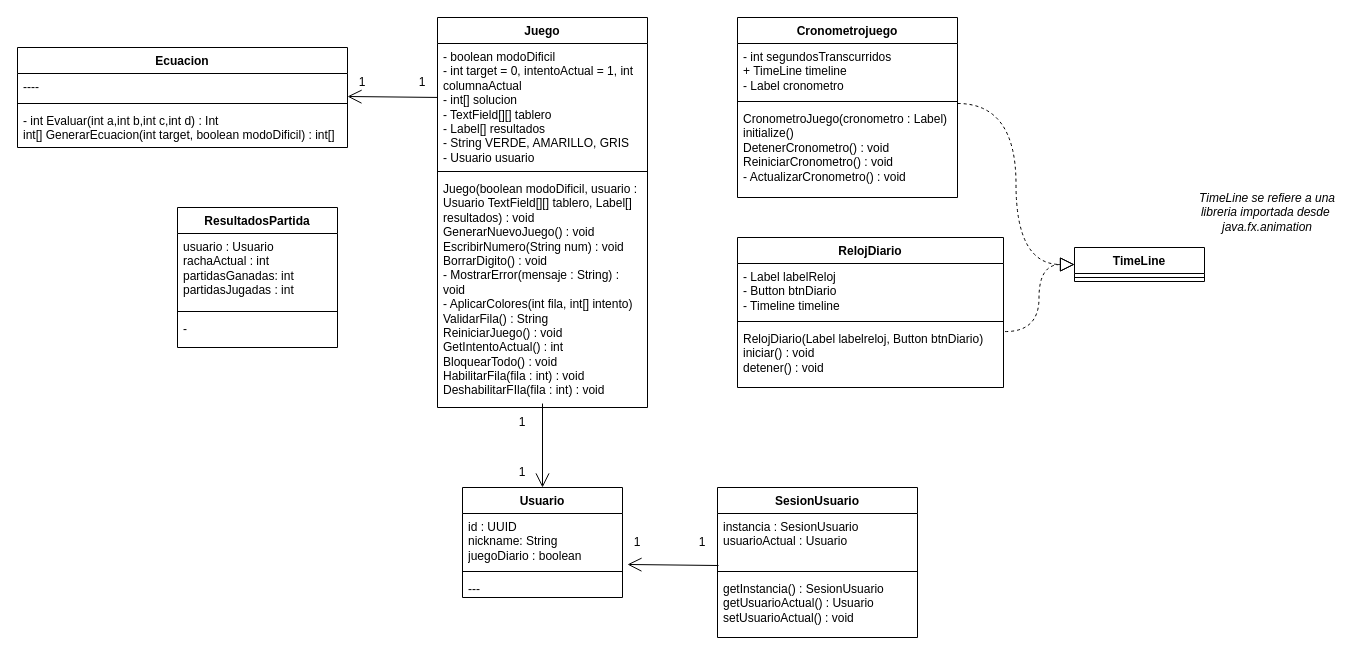
The draw.io diagram Ooodle/ooodle/target/classes/Documentacion/DIAGRAMA DE CLASES.drawio in D0maru/Ooodle-2026-1, before the edit. Source tidied: cells renumbered, new cells numbered last; positions are measured from the earlier drawing's top-left corner, leaving out a move shared by most shapes. Both pictures are drawn from the tidied source at 100%, with x=0, y=0 at pixel (17, 17).
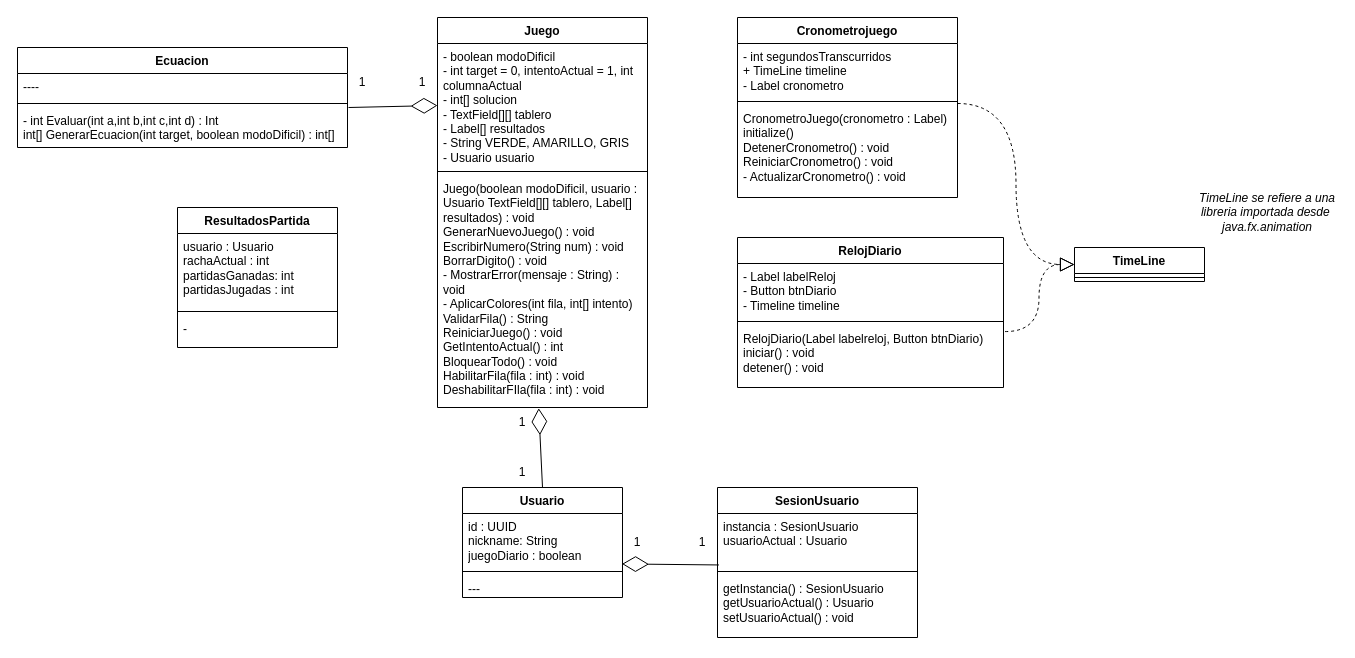
The same page after the edit.

Commit message:
actualizacion final del diagrama de clases

The change refers to these unchanged cells:
```xml
<mxCell id="3" value="- boolean modoDificil&lt;div&gt;- int target = 0,&amp;nbsp;&lt;span style=&quot;background-color: transparent; color: light-dark(rgb(0, 0, 0), rgb(255, 255, 255));&quot;&gt;intentoActual = 1,&amp;nbsp;&lt;/span&gt;&lt;span style=&quot;background-color: transparent; color: light-dark(rgb(0, 0, 0), rgb(255, 255, 255));&quot;&gt;int columnaActual&amp;nbsp;&lt;/span&gt;&lt;/div&gt;&lt;div&gt;&lt;font style=&quot;color: light-dark(rgb(0, 0, 0), rgb(255, 0, 0));&quot;&gt;- int[] solucion&lt;/font&gt;&lt;/div&gt;&lt;div&gt;&lt;font style=&quot;color: light-dark(rgb(0, 0, 0), rgb(255, 0, 0));&quot;&gt;- TextField[][] tablero&lt;/font&gt;&lt;/div&gt;&lt;div&gt;- Label[] resultados&lt;/div&gt;&lt;div&gt;- &lt;font style=&quot;color: light-dark(rgb(0, 0, 0), rgb(255, 0, 0));&quot;&gt;String VERDE, AMARILLO, GRIS&lt;/font&gt;&lt;/div&gt;&lt;div&gt;- Usuario usuario&lt;/div&gt;" style="text;strokeColor=none;fillColor=none;align=left;verticalAlign=top;spacingLeft=4;spacingRight=4;overflow=hidden;points=[[0,0.5],[1,0.5]];portConstraint=eastwest;whiteSpace=wrap;html=1;" parent="2" vertex="1">
  <mxGeometry y="26" width="210" height="124" as="geometry" />
</mxCell>
<mxCell id="5" value="&lt;div&gt;&lt;span style=&quot;background-color: transparent; color: light-dark(rgb(0, 0, 0), rgb(255, 255, 255));&quot;&gt;Juego(boolean modoDificil, usuario : Usuario&amp;nbsp;&lt;/span&gt;&lt;span style=&quot;background-color: transparent;&quot;&gt;&lt;font style=&quot;color: light-dark(rgb(0, 0, 0), rgb(255, 0, 0));&quot;&gt;TextField[][] tablero&lt;/font&gt;&lt;/span&gt;&lt;span style=&quot;background-color: transparent; color: light-dark(rgb(0, 0, 0), rgb(255, 255, 255));&quot;&gt;, Label[] resultados) : void&lt;/span&gt;&lt;/div&gt;&lt;div&gt;&lt;span style=&quot;background-color: transparent; color: light-dark(rgb(0, 0, 0), rgb(255, 255, 255));&quot;&gt;GenerarNuevoJuego() : void&lt;/span&gt;&lt;/div&gt;EscribirNumero(String num) : void&lt;div&gt;BorrarDigito() : void&lt;/div&gt;&lt;div&gt;- MostrarError(mensaje : String) : void&lt;/div&gt;&lt;div&gt;&lt;font style=&quot;color: light-dark(rgb(0, 0, 0), rgb(255, 0, 0));&quot;&gt;- AplicarColores(int fila, int[] intento)&lt;/font&gt;&lt;/div&gt;&lt;div&gt;&lt;font style=&quot;color: light-dark(rgb(0, 0, 0), rgb(230, 208, 222));&quot;&gt;ValidarFila() : String&lt;/font&gt;&lt;/div&gt;&lt;div&gt;ReiniciarJuego() : void&lt;/div&gt;&lt;div&gt;GetIntentoActual() : int&lt;/div&gt;&lt;div&gt;BloquearTodo() : void&lt;/div&gt;&lt;div&gt;HabilitarFila(fila : int) : void&lt;/div&gt;&lt;div&gt;DeshabilitarFIla(fila : int) : void&lt;/div&gt;&lt;div&gt;&lt;br&gt;&lt;/div&gt;" style="text;strokeColor=none;fillColor=none;align=left;verticalAlign=top;spacingLeft=4;spacingRight=4;overflow=hidden;points=[[0,0.5],[1,0.5]];portConstraint=eastwest;whiteSpace=wrap;html=1;" parent="2" vertex="1">
  <mxGeometry y="158" width="210" height="232" as="geometry" />
</mxCell>
<mxCell id="11" value="----" style="text;strokeColor=none;fillColor=none;align=left;verticalAlign=top;spacingLeft=4;spacingRight=4;overflow=hidden;points=[[0,0.5],[1,0.5]];portConstraint=eastwest;whiteSpace=wrap;html=1;" parent="10" vertex="1">
  <mxGeometry y="26" width="330" height="26" as="geometry" />
</mxCell>
<mxCell id="26" value="Usuario" style="swimlane;fontStyle=1;align=center;verticalAlign=top;horizontal=1;startSize=26;whiteSpace=wrap;html=1;" parent="1" vertex="1">
  <mxGeometry x="445" y="470" width="160" height="110" as="geometry" />
</mxCell>
<mxCell id="27" value="id : UUID&lt;div&gt;nickname: String&lt;/div&gt;&lt;div&gt;juegoDiario : boolean&lt;/div&gt;" style="text;strokeColor=none;fillColor=none;align=left;verticalAlign=top;spacingLeft=4;spacingRight=4;overflow=hidden;points=[[0,0.5],[1,0.5]];portConstraint=eastwest;whiteSpace=wrap;html=1;" parent="26" vertex="1">
  <mxGeometry y="26" width="160" height="54" as="geometry" />
</mxCell>
<mxCell id="31" value="instancia : SesionUsuario&lt;div&gt;usuarioActual : Usuario&lt;/div&gt;" style="text;strokeColor=none;fillColor=none;align=left;verticalAlign=top;spacingLeft=4;spacingRight=4;overflow=hidden;points=[[0,0.5],[1,0.5]];portConstraint=eastwest;whiteSpace=wrap;html=1;" parent="30" vertex="1">
  <mxGeometry y="26" width="200" height="54" as="geometry" />
</mxCell>
```

Diff of the diagram source:
```diff
@@
-    <mxCell id="34" style="endArrow=open;endFill=1;endSize=12;html=1;rounded=0;exitX=0;exitY=0.435;exitDx=0;exitDy=0;exitPerimeter=0;entryX=1;entryY=0.885;entryDx=0;entryDy=0;entryPerimeter=0;" parent="1" edge="1" source="3" target="11">
-      <mxGeometry relative="1" as="geometry" />
-    </mxCell>
@@
-    <mxCell id="36" style="endArrow=open;endFill=1;endSize=12;html=1;rounded=0;exitX=0.5;exitY=0.983;exitDx=0;exitDy=0;exitPerimeter=0;entryX=0.5;entryY=0;entryDx=0;entryDy=0;" parent="1" edge="1" source="5" target="26">
-      <mxGeometry relative="1" as="geometry" />
-    </mxCell>
-    <mxCell id="37" style="endArrow=open;endFill=1;endSize=12;html=1;rounded=0;exitX=0.005;exitY=0.963;exitDx=0;exitDy=0;exitPerimeter=0;entryX=1.031;entryY=0.944;entryDx=0;entryDy=0;entryPerimeter=0;" parent="1" edge="1" source="31" target="27">
-      <mxGeometry relative="1" as="geometry" />
-    </mxCell>
@@
+    <mxCell id="44" style="endArrow=diamondThin;endFill=0;endSize=24;html=1;rounded=0;entryX=0;entryY=0.5;entryDx=0;entryDy=0;" parent="1" edge="1" target="3">
+      <mxGeometry relative="1" as="geometry">
+        <mxPoint x="331" y="90" as="sourcePoint" />
+      </mxGeometry>
+    </mxCell>
+    <mxCell id="45" style="endArrow=diamondThin;endFill=0;endSize=24;html=1;rounded=0;entryX=0.482;entryY=1.003;entryDx=0;entryDy=0;exitX=0.5;exitY=0;exitDx=0;exitDy=0;entryPerimeter=0;" parent="1" edge="1" source="26" target="5">
+      <mxGeometry relative="1" as="geometry" />
+    </mxCell>
+    <mxCell id="37" style="endArrow=diamondThin;endFill=0;endSize=24;html=1;rounded=0;entryX=0.997;entryY=0.934;entryDx=0;entryDy=0;exitX=0.007;exitY=0.953;exitDx=0;exitDy=0;entryPerimeter=0;exitPerimeter=0;" parent="1" edge="1" source="31" target="27">
+      <mxGeometry relative="1" as="geometry" />
+    </mxCell>
```
